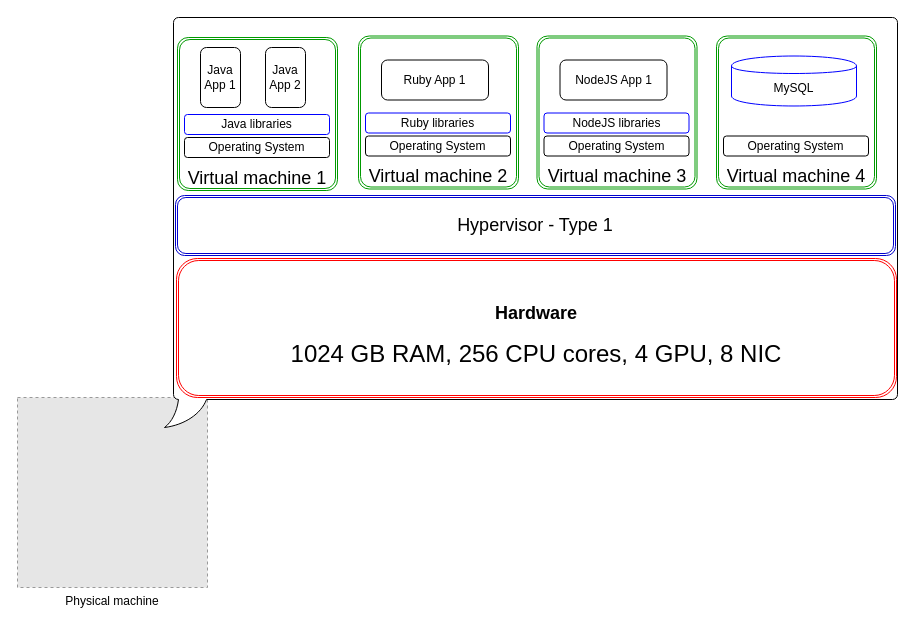
The draw.io diagram page "VM 1" (2 of 5) of why-containers.drawio in prabhatsharma/draw.io, before the edit. Source tidied: cells renumbered, new cells numbered last; positions are measured from the earlier drawing's top-left corner, leaving out a move shared by most shapes. Both pictures are drawn from the tidied source at 100%, with x=0, y=0 at pixel (17, 17). Pictures stored in the file or linked from it are replaced by grey dashed boxes.
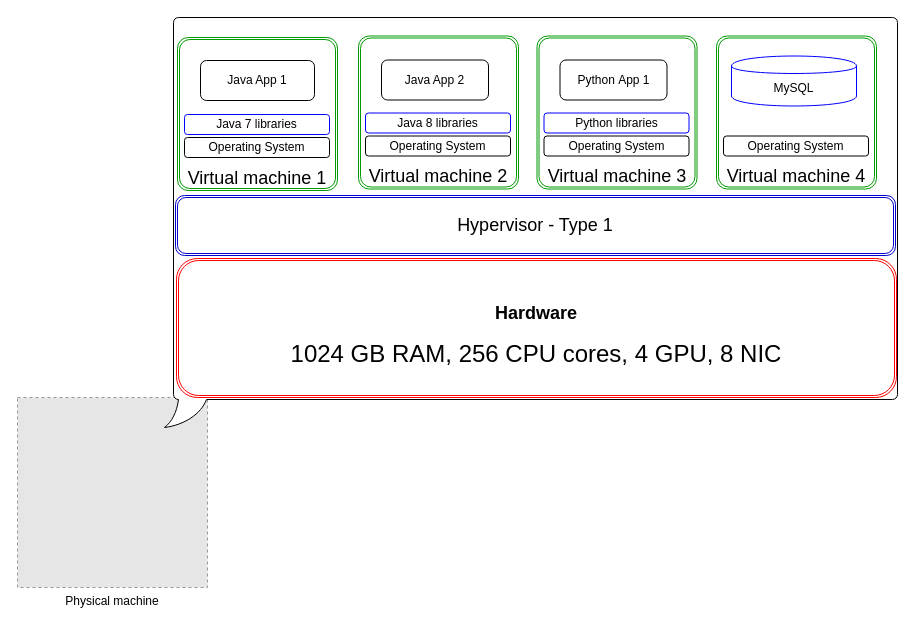
Above is the later version.

The change refers to these unchanged cells:
```xml
<mxCell id="5" style="group;" parent="1" vertex="1">
  <mxGeometry x="160" y="20" width="160" height="153" as="geometry" />
</mxCell>
<mxCell id="11" style="group;" parent="1" vertex="1">
  <mxGeometry x="341" y="18.5" width="160" height="153" as="geometry" />
</mxCell>
<mxCell id="16" style="group;" parent="1" vertex="1">
  <mxGeometry x="519.5" y="18.5" width="160" height="153" as="geometry" />
</mxCell>
```

The edit, as a diff of the source:
```diff
@@
-    <mxCell id="8" value="Java libraries" style="rounded=1;whiteSpace=wrap;html=1;strokeColor=#0000FF;" parent="5" vertex="1">
+    <mxCell id="8" value="Java 7 libraries" style="rounded=1;whiteSpace=wrap;html=1;strokeColor=#0000FF;" parent="5" vertex="1">
       <mxGeometry x="7" y="77" width="145" height="20" as="geometry" />
     </mxCell>
     <mxCell id="9" value="Java App 1" style="rounded=1;whiteSpace=wrap;html=1;" parent="5" vertex="1">
-      <mxGeometry x="23" y="10" width="40" height="60" as="geometry" />
+      <mxGeometry x="23" y="23" width="114" height="40" as="geometry" />
     </mxCell>
-    <mxCell id="10" value="Java App 2" style="rounded=1;whiteSpace=wrap;html=1;" parent="5" vertex="1">
-      <mxGeometry x="88" y="10" width="40" height="60" as="geometry" />
-    </mxCell>
@@
-    <mxCell id="14" value="Ruby libraries" style="rounded=1;whiteSpace=wrap;html=1;strokeColor=#0000FF;" parent="11" vertex="1">
+    <mxCell id="14" value="Java 8 libraries" style="rounded=1;whiteSpace=wrap;html=1;strokeColor=#0000FF;" parent="11" vertex="1">
       <mxGeometry x="7" y="77" width="145" height="20" as="geometry" />
     </mxCell>
-    <mxCell id="15" value="Ruby App 1" style="rounded=1;whiteSpace=wrap;html=1;" parent="11" vertex="1">
+    <mxCell id="15" value="Java App 2" style="rounded=1;whiteSpace=wrap;html=1;" parent="11" vertex="1">
       <mxGeometry x="23" y="24" width="107" height="40" as="geometry" />
     </mxCell>
@@
-    <mxCell id="19" value="NodeJS libraries" style="rounded=1;whiteSpace=wrap;html=1;strokeColor=#0000FF;" parent="16" vertex="1">
+    <mxCell id="19" value="Python libraries" style="rounded=1;whiteSpace=wrap;html=1;strokeColor=#0000FF;" parent="16" vertex="1">
       <mxGeometry x="7" y="77" width="145" height="20" as="geometry" />
     </mxCell>
-    <mxCell id="20" value="NodeJS App 1" style="rounded=1;whiteSpace=wrap;html=1;" parent="16" vertex="1">
+    <mxCell id="20" value="Python&amp;nbsp;App 1" style="rounded=1;whiteSpace=wrap;html=1;" parent="16" vertex="1">
       <mxGeometry x="23" y="24" width="107" height="40" as="geometry" />
     </mxCell>
```
